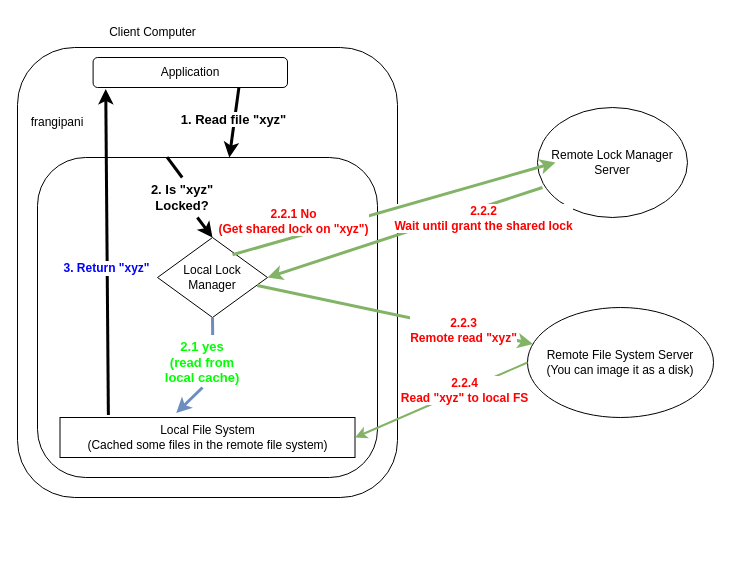
Before: docs/figs/frangipani/example1.dio in endless-hu/6.824-2022-public, a draw.io diagram. Source tidied: cells renumbered, new cells numbered last; positions are measured from the earlier drawing's top-left corner, leaving out a move shared by most shapes. Both pictures are drawn from the tidied source at 100%, with x=0, y=0 at pixel (17, 17).
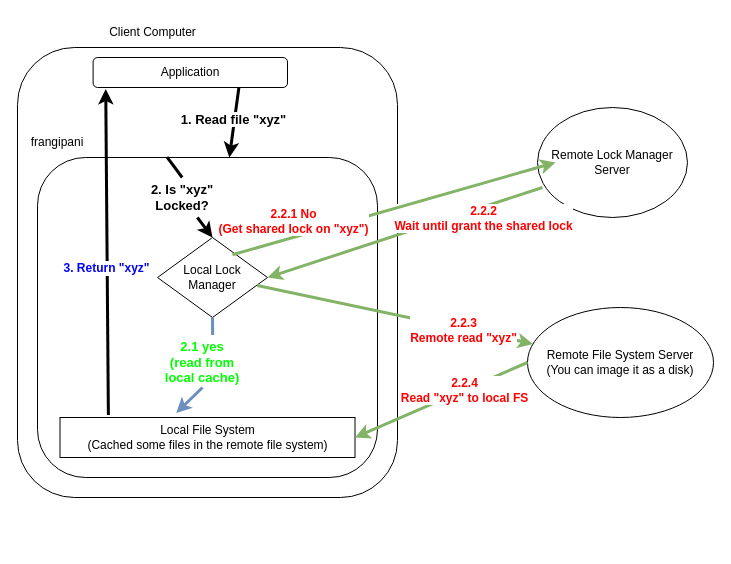
The same page after the edit.

Commit message (it also covers changes not shown here):
Bettered the fig in `docs/frangipani.md`.

Unchanged cells that the change refers to:
```xml
<mxCell id="3" value="Remote File System Server&lt;br&gt;(You can image it as a disk)" style="ellipse;whiteSpace=wrap;html=1;" parent="1" vertex="1">
  <mxGeometry x="510" y="290" width="186" height="110" as="geometry" />
</mxCell>
<mxCell id="4" style="group;fontSize=13;fontStyle=1;" parent="1" vertex="1">
  <mxGeometry width="380" height="530" as="geometry" />
</mxCell>
<mxCell id="16" value="Local File System&lt;br&gt;(Cached some files in the remote file system)" style="rounded=0;whiteSpace=wrap;html=1;" parent="4" vertex="1">
  <mxGeometry x="42.5" y="400" width="295" height="40" as="geometry" />
</mxCell>
```

What changed in the source:
```diff
@@
     <mxCell id="11" value="frangipani" style="text;html=1;strokeColor=none;fillColor=none;align=center;verticalAlign=middle;whiteSpace=wrap;rounded=0;" parent="4" vertex="1">
-      <mxGeometry x="10" y="90" width="60" height="30" as="geometry" />
+      <mxGeometry x="10" y="110" width="60" height="30" as="geometry" />
     </mxCell>
@@
-    <mxCell id="26" style="endArrow=classic;html=1;exitX=0;exitY=0.5;exitDx=0;exitDy=0;entryX=1;entryY=0.5;entryDx=0;entryDy=0;fillColor=#d5e8d4;strokeColor=#82b366;strokeWidth=2;" parent="1" edge="1" source="3" target="16">
+    <mxCell id="26" style="endArrow=classic;html=1;exitX=0;exitY=0.5;exitDx=0;exitDy=0;entryX=1;entryY=0.5;entryDx=0;entryDy=0;fillColor=#d5e8d4;strokeColor=#82b366;strokeWidth=3;" parent="1" edge="1" source="3" target="16">
       <mxGeometry relative="1" as="geometry" />
     </mxCell>
```
